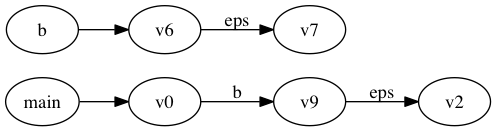
sdierauf/automata-and-languages-lab2 keeps this Graphviz diagram as cfg.dot.png. Above is the earlier version. Its source is kept beside it as cfg.dot.
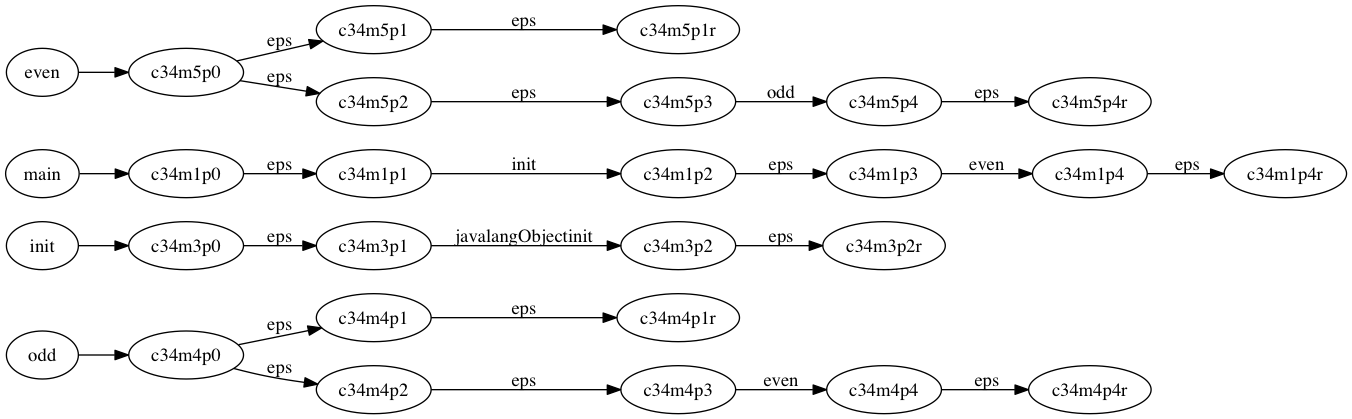
The same file after the commit.

What changed in the source:
```diff
@@ -1,8 +1,27 @@
 digraph finite_state_machine {
 	rankdir=LR;
-	main ->  v0;
-	v0 -> v9 [ label = "b"];
-	v9 -> v2 [ label = "eps"];
-	b ->  v6;
-	v6 -> v7 [ label = "eps"];
+	odd ->  c34m4p0;
+	c34m4p0 -> c34m4p1 [ label = "eps"];
+	c34m4p0 -> c34m4p2 [ label = "eps"];
+	c34m4p1 -> c34m4p1r [ label = "eps"];
+	c34m4p2 -> c34m4p3 [ label = "eps"];
+	c34m4p3 -> c34m4p4 [ label = "even"];
+	c34m4p4 -> c34m4p4r [ label = "eps"];
+	init ->  c34m3p0;
+	c34m3p0 -> c34m3p1 [ label = "eps"];
+	c34m3p1 -> c34m3p2 [ label = "javalangObjectinit"];
+	c34m3p2 -> c34m3p2r [ label = "eps"];
+	main ->  c34m1p0;
+	c34m1p0 -> c34m1p1 [ label = "eps"];
+	c34m1p1 -> c34m1p2 [ label = "init"];
+	c34m1p2 -> c34m1p3 [ label = "eps"];
+	c34m1p3 -> c34m1p4 [ label = "even"];
+	c34m1p4 -> c34m1p4r [ label = "eps"];
+	even ->  c34m5p0;
+	c34m5p0 -> c34m5p1 [ label = "eps"];
+	c34m5p0 -> c34m5p2 [ label = "eps"];
+	c34m5p1 -> c34m5p1r [ label = "eps"];
+	c34m5p2 -> c34m5p3 [ label = "eps"];
+	c34m5p3 -> c34m5p4 [ label = "odd"];
+	c34m5p4 -> c34m5p4r [ label = "eps"];
 }
```
